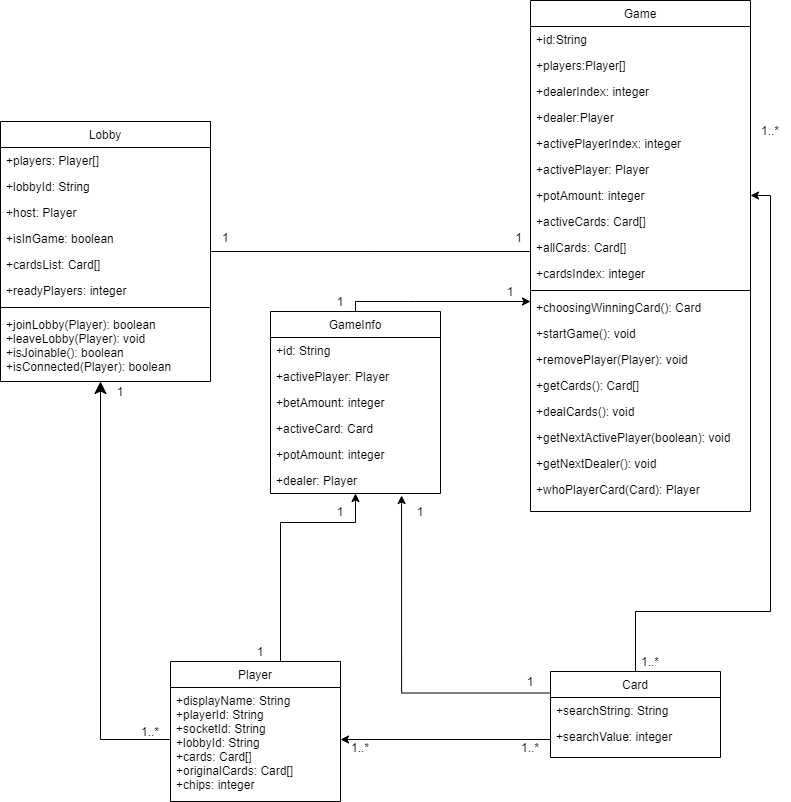
This is images/Class_Diagram_v2.png from dietterc/SEO-ker, a draw.io export, as it was before one commit. Source tidied: cells renumbered, new cells last; positions are measured from the earlier drawing's top-left corner, leaving out a move shared by most shapes.
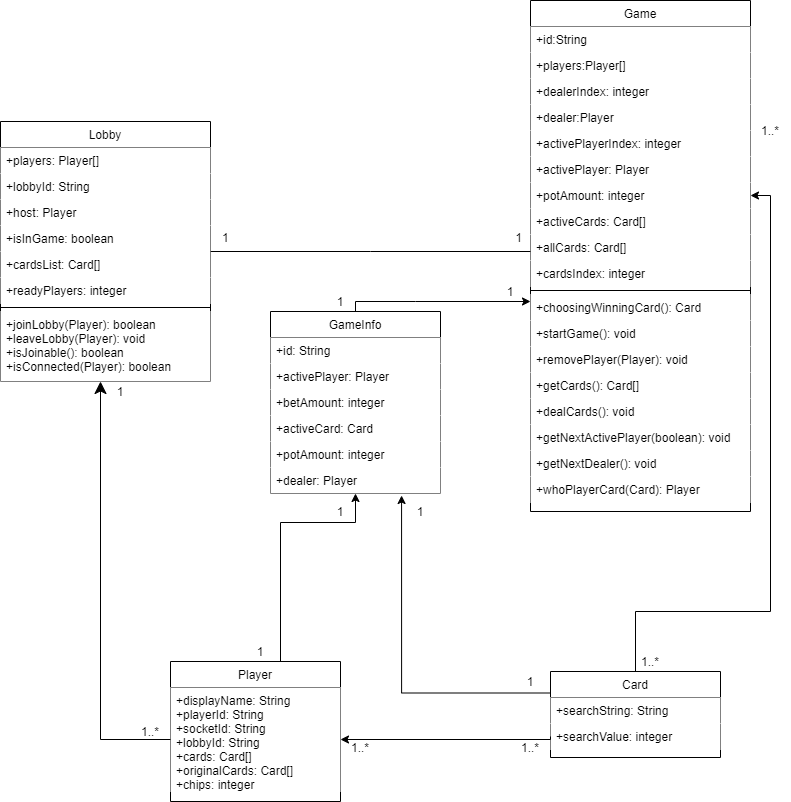
Later version of the same file.

Commit message:
Fixed Class Diagram

Change to the diagram source:
```diff
@@ -2,31 +2,31 @@
   <root>
     <mxCell id="0" />
     <mxCell id="1" parent="0" />
-    <mxCell id="2" value="Lobby" style="swimlane;fontStyle=0;align=center;verticalAlign=top;horizontal=1;startSize=26;rounded=0;shadow=0;strokeWidth=1;" parent="1" vertex="1">
+    <mxCell id="2" value="Lobby" style="swimlane;fontStyle=0;align=center;verticalAlign=top;horizontal=1;startSize=26;rounded=0;shadow=0;strokeWidth=1;fillColor=#FFFFFF;" parent="1" vertex="1">
       <mxGeometry y="121" width="210" height="260" as="geometry" />
     </mxCell>
-    <mxCell id="3" value="+players: Player[]" style="text;align=left;verticalAlign=top;spacingLeft=4;spacingRight=4;overflow=hidden;" parent="2" vertex="1">
+    <mxCell id="3" value="+players: Player[]" style="text;align=left;verticalAlign=top;spacingLeft=4;spacingRight=4;overflow=hidden;fillColor=#ffffff;" parent="2" vertex="1">
       <mxGeometry y="26" width="210" height="26" as="geometry" />
     </mxCell>
-    <mxCell id="4" value="+lobbyId: String" style="text;align=left;verticalAlign=top;spacingLeft=4;spacingRight=4;overflow=hidden;rounded=0;shadow=0;html=0;" parent="2" vertex="1">
+    <mxCell id="4" value="+lobbyId: String" style="text;align=left;verticalAlign=top;spacingLeft=4;spacingRight=4;overflow=hidden;rounded=0;shadow=0;html=0;fillColor=#ffffff;" parent="2" vertex="1">
       <mxGeometry y="52" width="210" height="26" as="geometry" />
     </mxCell>
-    <mxCell id="5" value="+host: Player" style="text;align=left;verticalAlign=top;spacingLeft=4;spacingRight=4;overflow=hidden;rounded=0;shadow=0;html=0;" parent="2" vertex="1">
+    <mxCell id="5" value="+host: Player" style="text;align=left;verticalAlign=top;spacingLeft=4;spacingRight=4;overflow=hidden;rounded=0;shadow=0;html=0;fillColor=#ffffff;" parent="2" vertex="1">
       <mxGeometry y="78" width="210" height="26" as="geometry" />
     </mxCell>
-    <mxCell id="6" value="+isInGame: boolean" style="text;align=left;verticalAlign=top;spacingLeft=4;spacingRight=4;overflow=hidden;rounded=0;shadow=0;html=0;" parent="2" vertex="1">
+    <mxCell id="6" value="+isInGame: boolean" style="text;align=left;verticalAlign=top;spacingLeft=4;spacingRight=4;overflow=hidden;rounded=0;shadow=0;html=0;fillColor=#ffffff;" parent="2" vertex="1">
       <mxGeometry y="104" width="210" height="26" as="geometry" />
     </mxCell>
-    <mxCell id="7" value="+cardsList: Card[]" style="text;align=left;verticalAlign=top;spacingLeft=4;spacingRight=4;overflow=hidden;rounded=0;shadow=0;html=0;" parent="2" vertex="1">
+    <mxCell id="7" value="+cardsList: Card[]" style="text;align=left;verticalAlign=top;spacingLeft=4;spacingRight=4;overflow=hidden;rounded=0;shadow=0;html=0;fillColor=#ffffff;" parent="2" vertex="1">
       <mxGeometry y="130" width="210" height="26" as="geometry" />
     </mxCell>
-    <mxCell id="8" value="+readyPlayers: integer" style="text;align=left;verticalAlign=top;spacingLeft=4;spacingRight=4;overflow=hidden;rounded=0;shadow=0;html=0;" parent="2" vertex="1">
+    <mxCell id="8" value="+readyPlayers: integer" style="text;align=left;verticalAlign=top;spacingLeft=4;spacingRight=4;overflow=hidden;rounded=0;shadow=0;html=0;fillColor=#ffffff;" parent="2" vertex="1">
       <mxGeometry y="156" width="210" height="26" as="geometry" />
     </mxCell>
     <mxCell id="9" style="line;html=1;strokeWidth=1;align=left;verticalAlign=middle;spacingTop=-1;spacingLeft=3;spacingRight=3;labelPosition=right;" parent="2" vertex="1">
       <mxGeometry y="182" width="210" height="8" as="geometry" />
     </mxCell>
-    <mxCell id="10" value="+joinLobby(Player): boolean&#10;+leaveLobby(Player): void&#10;+isJoinable(): boolean&#10;+isConnected(Player): boolean" style="text;align=left;verticalAlign=top;spacingLeft=4;spacingRight=4;overflow=hidden;" parent="2" vertex="1">
+    <mxCell id="10" value="+joinLobby(Player): boolean&#10;+leaveLobby(Player): void&#10;+isJoinable(): boolean&#10;+isConnected(Player): boolean" style="text;align=left;verticalAlign=top;spacingLeft=4;spacingRight=4;overflow=hidden;fillColor=#ffffff;" parent="2" vertex="1">
       <mxGeometry y="190" width="210" height="70" as="geometry" />
     </mxCell>
     <mxCell id="11" style="edgeStyle=orthogonalEdgeStyle;rounded=0;jettySize=auto;html=1;exitX=0.5;exitY=0;exitDx=0;exitDy=0;" parent="1" edge="1" source="12" target="55">
@@ -41,7 +41,7 @@
     <mxCell id="12" value="Player" style="swimlane;fontStyle=0;align=center;verticalAlign=top;horizontal=1;startSize=26;rounded=0;shadow=0;strokeWidth=1;" parent="1" vertex="1">
       <mxGeometry x="170" y="661" width="170" height="140" as="geometry" />
     </mxCell>
-    <mxCell id="13" value="+displayName: String&#10;+playerId: String&#10;+socketId: String&#10;+lobbyId: String&#10;+cards: Card[]&#10;+originalCards: Card[]&#10;+chips: integer" style="text;align=left;verticalAlign=top;spacingLeft=4;spacingRight=4;overflow=hidden;points=[[0,0.5],[1,0.5]];portConstraint=eastwest;" parent="12" vertex="1">
+    <mxCell id="13" value="+displayName: String&#10;+playerId: String&#10;+socketId: String&#10;+lobbyId: String&#10;+cards: Card[]&#10;+originalCards: Card[]&#10;+chips: integer" style="text;align=left;verticalAlign=top;spacingLeft=4;spacingRight=4;overflow=hidden;points=[[0,0.5],[1,0.5]];portConstraint=eastwest;fillColor=#ffffff;" parent="12" vertex="1">
       <mxGeometry y="26" width="170" height="104" as="geometry" />
     </mxCell>
     <mxCell id="14" style="endArrow=classic;endSize=10;endFill=1;shadow=0;strokeWidth=1;rounded=0;edgeStyle=elbowEdgeStyle;elbow=vertical;exitX=0;exitY=0.5;exitDx=0;exitDy=0;" parent="1" edge="1" source="13" target="2">
@@ -68,70 +68,70 @@
     <mxCell id="16" value="Card" style="swimlane;fontStyle=0;align=center;verticalAlign=top;horizontal=1;startSize=26;rounded=0;shadow=0;strokeWidth=1;" parent="1" vertex="1">
       <mxGeometry x="550" y="671" width="170" height="86" as="geometry" />
     </mxCell>
-    <mxCell id="17" value="+searchString: String" style="text;align=left;verticalAlign=top;spacingLeft=4;spacingRight=4;overflow=hidden;" parent="16" vertex="1">
+    <mxCell id="17" value="+searchString: String" style="text;align=left;verticalAlign=top;spacingLeft=4;spacingRight=4;overflow=hidden;fillColor=#ffffff;" parent="16" vertex="1">
       <mxGeometry y="26" width="170" height="26" as="geometry" />
     </mxCell>
-    <mxCell id="18" value="+searchValue: integer" style="text;align=left;verticalAlign=top;spacingLeft=4;spacingRight=4;overflow=hidden;points=[[0,0.5],[1,0.5]];portConstraint=eastwest;" parent="16" vertex="1">
+    <mxCell id="18" value="+searchValue: integer" style="text;align=left;verticalAlign=top;spacingLeft=4;spacingRight=4;overflow=hidden;points=[[0,0.5],[1,0.5]];portConstraint=eastwest;fillColor=#ffffff;" parent="16" vertex="1">
       <mxGeometry y="52" width="170" height="26" as="geometry" />
     </mxCell>
     <mxCell id="19" value="Game" style="swimlane;fontStyle=0;align=center;verticalAlign=top;horizontal=1;startSize=26;rounded=0;shadow=0;strokeWidth=1;" parent="1" vertex="1">
       <mxGeometry x="530" width="220" height="511" as="geometry" />
     </mxCell>
-    <mxCell id="20" value="+id:String " style="text;align=left;verticalAlign=top;spacingLeft=4;spacingRight=4;overflow=hidden;rounded=0;shadow=0;html=0;" parent="19" vertex="1">
+    <mxCell id="20" value="+id:String " style="text;align=left;verticalAlign=top;spacingLeft=4;spacingRight=4;overflow=hidden;rounded=0;shadow=0;html=0;fillColor=#ffffff;" parent="19" vertex="1">
       <mxGeometry y="26" width="220" height="26" as="geometry" />
     </mxCell>
-    <mxCell id="21" value="+players:Player[] " style="text;align=left;verticalAlign=top;spacingLeft=4;spacingRight=4;overflow=hidden;rounded=0;shadow=0;html=0;" parent="19" vertex="1">
+    <mxCell id="21" value="+players:Player[] " style="text;align=left;verticalAlign=top;spacingLeft=4;spacingRight=4;overflow=hidden;rounded=0;shadow=0;html=0;fillColor=#ffffff;" parent="19" vertex="1">
       <mxGeometry y="52" width="220" height="26" as="geometry" />
     </mxCell>
-    <mxCell id="22" value="+dealerIndex: integer" style="text;align=left;verticalAlign=top;spacingLeft=4;spacingRight=4;overflow=hidden;rounded=0;shadow=0;html=0;" parent="19" vertex="1">
+    <mxCell id="22" value="+dealerIndex: integer" style="text;align=left;verticalAlign=top;spacingLeft=4;spacingRight=4;overflow=hidden;rounded=0;shadow=0;html=0;fillColor=#ffffff;" parent="19" vertex="1">
       <mxGeometry y="78" width="220" height="26" as="geometry" />
     </mxCell>
-    <mxCell id="23" value="+dealer:Player " style="text;align=left;verticalAlign=top;spacingLeft=4;spacingRight=4;overflow=hidden;rounded=0;shadow=0;html=0;" parent="19" vertex="1">
+    <mxCell id="23" value="+dealer:Player " style="text;align=left;verticalAlign=top;spacingLeft=4;spacingRight=4;overflow=hidden;rounded=0;shadow=0;html=0;fillColor=#ffffff;" parent="19" vertex="1">
       <mxGeometry y="104" width="220" height="26" as="geometry" />
     </mxCell>
-    <mxCell id="24" value="+activePlayerIndex: integer" style="text;align=left;verticalAlign=top;spacingLeft=4;spacingRight=4;overflow=hidden;" parent="19" vertex="1">
+    <mxCell id="24" value="+activePlayerIndex: integer" style="text;align=left;verticalAlign=top;spacingLeft=4;spacingRight=4;overflow=hidden;fillColor=#ffffff;" parent="19" vertex="1">
       <mxGeometry y="130" width="220" height="26" as="geometry" />
     </mxCell>
-    <mxCell id="25" value="+activePlayer: Player" style="text;align=left;verticalAlign=top;spacingLeft=4;spacingRight=4;overflow=hidden;rounded=0;shadow=0;html=0;" parent="19" vertex="1">
+    <mxCell id="25" value="+activePlayer: Player" style="text;align=left;verticalAlign=top;spacingLeft=4;spacingRight=4;overflow=hidden;rounded=0;shadow=0;html=0;fillColor=#ffffff;" parent="19" vertex="1">
       <mxGeometry y="156" width="220" height="26" as="geometry" />
     </mxCell>
-    <mxCell id="26" value="+potAmount: integer" style="text;align=left;verticalAlign=top;spacingLeft=4;spacingRight=4;overflow=hidden;points=[[0,0.5],[1,0.5]];portConstraint=eastwest;rounded=0;shadow=0;html=0;" parent="19" vertex="1">
+    <mxCell id="26" value="+potAmount: integer" style="text;align=left;verticalAlign=top;spacingLeft=4;spacingRight=4;overflow=hidden;points=[[0,0.5],[1,0.5]];portConstraint=eastwest;rounded=0;shadow=0;html=0;fillColor=#ffffff;" parent="19" vertex="1">
       <mxGeometry y="182" width="220" height="26" as="geometry" />
     </mxCell>
-    <mxCell id="27" value="+activeCards: Card[]" style="text;align=left;verticalAlign=top;spacingLeft=4;spacingRight=4;overflow=hidden;rounded=0;shadow=0;html=0;" parent="19" vertex="1">
+    <mxCell id="27" value="+activeCards: Card[]" style="text;align=left;verticalAlign=top;spacingLeft=4;spacingRight=4;overflow=hidden;rounded=0;shadow=0;html=0;fillColor=#ffffff;" parent="19" vertex="1">
       <mxGeometry y="208" width="220" height="26" as="geometry" />
     </mxCell>
-    <mxCell id="28" value="+allCards: Card[]" style="text;align=left;verticalAlign=top;spacingLeft=4;spacingRight=4;overflow=hidden;rounded=0;shadow=0;html=0;" parent="19" vertex="1">
+    <mxCell id="28" value="+allCards: Card[]" style="text;align=left;verticalAlign=top;spacingLeft=4;spacingRight=4;overflow=hidden;rounded=0;shadow=0;html=0;fillColor=#ffffff;" parent="19" vertex="1">
       <mxGeometry y="234" width="220" height="26" as="geometry" />
     </mxCell>
-    <mxCell id="29" value="+cardsIndex: integer" style="text;align=left;verticalAlign=top;spacingLeft=4;spacingRight=4;overflow=hidden;rounded=0;shadow=0;html=0;" parent="19" vertex="1">
+    <mxCell id="29" value="+cardsIndex: integer" style="text;align=left;verticalAlign=top;spacingLeft=4;spacingRight=4;overflow=hidden;rounded=0;shadow=0;html=0;fillColor=#ffffff;" parent="19" vertex="1">
       <mxGeometry y="260" width="220" height="26" as="geometry" />
     </mxCell>
     <mxCell id="30" style="line;html=1;strokeWidth=1;align=left;verticalAlign=middle;spacingTop=-1;spacingLeft=3;spacingRight=3;labelPosition=right;" parent="19" vertex="1">
       <mxGeometry y="286" width="220" height="8" as="geometry" />
     </mxCell>
-    <mxCell id="31" value="+choosingWinningCard(): Card" style="text;align=left;verticalAlign=top;spacingLeft=4;spacingRight=4;overflow=hidden;" parent="19" vertex="1">
+    <mxCell id="31" value="+choosingWinningCard(): Card" style="text;align=left;verticalAlign=top;spacingLeft=4;spacingRight=4;overflow=hidden;fillColor=#ffffff;" parent="19" vertex="1">
       <mxGeometry y="294" width="220" height="26" as="geometry" />
     </mxCell>
-    <mxCell id="32" value="+startGame(): void" style="text;align=left;verticalAlign=top;spacingLeft=4;spacingRight=4;overflow=hidden;" parent="19" vertex="1">
+    <mxCell id="32" value="+startGame(): void" style="text;align=left;verticalAlign=top;spacingLeft=4;spacingRight=4;overflow=hidden;fillColor=#ffffff;" parent="19" vertex="1">
       <mxGeometry y="320" width="220" height="26" as="geometry" />
     </mxCell>
-    <mxCell id="33" value="+removePlayer(Player): void" style="text;align=left;verticalAlign=top;spacingLeft=4;spacingRight=4;overflow=hidden;" parent="19" vertex="1">
+    <mxCell id="33" value="+removePlayer(Player): void" style="text;align=left;verticalAlign=top;spacingLeft=4;spacingRight=4;overflow=hidden;fillColor=#ffffff;" parent="19" vertex="1">
       <mxGeometry y="346" width="220" height="26" as="geometry" />
     </mxCell>
-    <mxCell id="34" value="+getCards(): Card[]" style="text;align=left;verticalAlign=top;spacingLeft=4;spacingRight=4;overflow=hidden;" parent="19" vertex="1">
+    <mxCell id="34" value="+getCards(): Card[]" style="text;align=left;verticalAlign=top;spacingLeft=4;spacingRight=4;overflow=hidden;fillColor=#ffffff;" parent="19" vertex="1">
       <mxGeometry y="372" width="220" height="26" as="geometry" />
     </mxCell>
-    <mxCell id="35" value="+dealCards(): void" style="text;align=left;verticalAlign=top;spacingLeft=4;spacingRight=4;overflow=hidden;" parent="19" vertex="1">
+    <mxCell id="35" value="+dealCards(): void" style="text;align=left;verticalAlign=top;spacingLeft=4;spacingRight=4;overflow=hidden;fillColor=#ffffff;" parent="19" vertex="1">
       <mxGeometry y="398" width="220" height="26" as="geometry" />
     </mxCell>
-    <mxCell id="36" value="+getNextActivePlayer(boolean): void" style="text;align=left;verticalAlign=top;spacingLeft=4;spacingRight=4;overflow=hidden;" parent="19" vertex="1">
+    <mxCell id="36" value="+getNextActivePlayer(boolean): void" style="text;align=left;verticalAlign=top;spacingLeft=4;spacingRight=4;overflow=hidden;fillColor=#ffffff;" parent="19" vertex="1">
       <mxGeometry y="424" width="220" height="26" as="geometry" />
     </mxCell>
-    <mxCell id="37" value="+getNextDealer(): void" style="text;align=left;verticalAlign=top;spacingLeft=4;spacingRight=4;overflow=hidden;" parent="19" vertex="1">
+    <mxCell id="37" value="+getNextDealer(): void" style="text;align=left;verticalAlign=top;spacingLeft=4;spacingRight=4;overflow=hidden;fillColor=#ffffff;" parent="19" vertex="1">
       <mxGeometry y="450" width="220" height="26" as="geometry" />
     </mxCell>
-    <mxCell id="38" value="+whoPlayerCard(Card): Player" style="text;align=left;verticalAlign=top;spacingLeft=4;spacingRight=4;overflow=hidden;" parent="19" vertex="1">
+    <mxCell id="38" value="+whoPlayerCard(Card): Player" style="text;align=left;verticalAlign=top;spacingLeft=4;spacingRight=4;overflow=hidden;fillColor=#ffffff;" parent="19" vertex="1">
       <mxGeometry y="476" width="220" height="26" as="geometry" />
     </mxCell>
     <mxCell id="39" style="endArrow=none;shadow=0;strokeWidth=1;rounded=0;endFill=0;edgeStyle=elbowEdgeStyle;elbow=vertical;" parent="1" edge="1" source="2" target="19">
@@ -178,22 +178,22 @@
     <mxCell id="49" value="GameInfo" style="swimlane;fontStyle=0;align=center;verticalAlign=top;horizontal=1;startSize=26;rounded=0;shadow=0;strokeWidth=1;" parent="1" vertex="1">
       <mxGeometry x="270" y="311" width="170" height="182" as="geometry" />
     </mxCell>
-    <mxCell id="50" value="+id: String" style="text;align=left;verticalAlign=top;spacingLeft=4;spacingRight=4;overflow=hidden;" parent="49" vertex="1">
+    <mxCell id="50" value="+id: String" style="text;align=left;verticalAlign=top;spacingLeft=4;spacingRight=4;overflow=hidden;fillColor=#ffffff;" parent="49" vertex="1">
       <mxGeometry y="26" width="170" height="26" as="geometry" />
     </mxCell>
-    <mxCell id="51" value="+activePlayer: Player" style="text;align=left;verticalAlign=top;spacingLeft=4;spacingRight=4;overflow=hidden;" parent="49" vertex="1">
+    <mxCell id="51" value="+activePlayer: Player" style="text;align=left;verticalAlign=top;spacingLeft=4;spacingRight=4;overflow=hidden;fillColor=#ffffff;" parent="49" vertex="1">
       <mxGeometry y="52" width="170" height="26" as="geometry" />
     </mxCell>
-    <mxCell id="52" value="+betAmount: integer" style="text;align=left;verticalAlign=top;spacingLeft=4;spacingRight=4;overflow=hidden;" parent="49" vertex="1">
+    <mxCell id="52" value="+betAmount: integer" style="text;align=left;verticalAlign=top;spacingLeft=4;spacingRight=4;overflow=hidden;fillColor=#ffffff;" parent="49" vertex="1">
       <mxGeometry y="78" width="170" height="26" as="geometry" />
     </mxCell>
-    <mxCell id="53" value="+activeCard: Card" style="text;align=left;verticalAlign=top;spacingLeft=4;spacingRight=4;overflow=hidden;" parent="49" vertex="1">
+    <mxCell id="53" value="+activeCard: Card" style="text;align=left;verticalAlign=top;spacingLeft=4;spacingRight=4;overflow=hidden;fillColor=#ffffff;" parent="49" vertex="1">
       <mxGeometry y="104" width="170" height="26" as="geometry" />
     </mxCell>
-    <mxCell id="54" value="+potAmount: integer" style="text;align=left;verticalAlign=top;spacingLeft=4;spacingRight=4;overflow=hidden;" parent="49" vertex="1">
+    <mxCell id="54" value="+potAmount: integer" style="text;align=left;verticalAlign=top;spacingLeft=4;spacingRight=4;overflow=hidden;fillColor=#ffffff;" parent="49" vertex="1">
       <mxGeometry y="130" width="170" height="26" as="geometry" />
     </mxCell>
-    <mxCell id="55" value="+dealer: Player" style="text;align=left;verticalAlign=top;spacingLeft=4;spacingRight=4;overflow=hidden;points=[[0,0.5],[1,0.5]];portConstraint=eastwest;" parent="49" vertex="1">
+    <mxCell id="55" value="+dealer: Player" style="text;align=left;verticalAlign=top;spacingLeft=4;spacingRight=4;overflow=hidden;points=[[0,0.5],[1,0.5]];portConstraint=eastwest;fillColor=#ffffff;" parent="49" vertex="1">
       <mxGeometry y="156" width="170" height="26" as="geometry" />
     </mxCell>
     <mxCell id="56" style="edgeStyle=orthogonalEdgeStyle;rounded=0;jettySize=auto;html=1;exitX=0.5;exitY=0;exitDx=0;exitDy=0;startArrow=none;startFill=0;endArrow=classic;endFill=1;" parent="1" edge="1" source="49">
```
